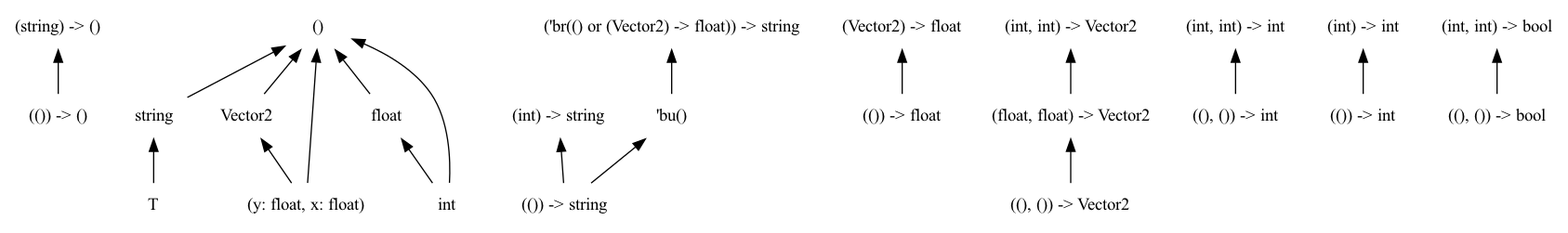
Before: dots/png/12.dot.png, a diagram exported from Graphviz (chocobo333/regino). Its source is kept beside it as dots/12.dot.
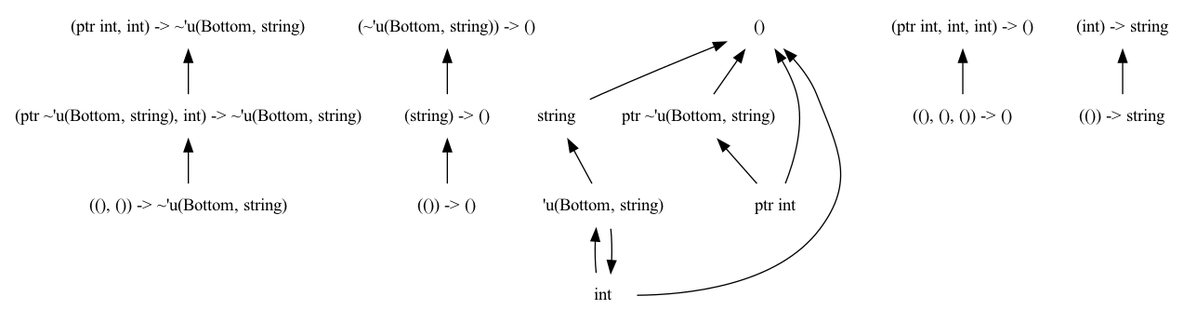
The same file after the commit.

Diff of the diagram source:
```diff
@@ -9,50 +9,40 @@
     dir = back
     ];
   "(string) -> ()"
-  "('br(float or (Vector2) -> float)) -> 'bq(Bottom, string)"
   "(()) -> ()"
   "string"
-  "Vector2"
-  "(()) -> 'bq(Bottom, string)"
-  "'bu()"
-  "(()) -> float"
-  "T"
-  "'bq(Bottom, string)"
-  "((), ()) -> Vector2"
-  "(int, int) -> Vector2"
-  "((), ()) -> int"
-  "(int) -> int"
-  "(int, int) -> int"
+  "('o(ptr int, ptr 'q(int, ())^ptr ~'u(Bottom, string)), int) -> ~'u(Bottom, string)"
+  "((), ()) -> ~'u(Bottom, string)"
+  "(ptr ~'u(Bottom, string), int) -> ~'u(Bottom, string)"
+  "'u(Bottom, string)"
+  "ptr ~'u(Bottom, string)"
+  "(ptr 'q(int, ()), int, 'q(int, ())) -> ()"
+  "'q(int, ())"
   "()"
-  "(int, int) -> bool"
-  "(float, float) -> Vector2"
+  "ptr 'q(int, ())"
+  "'o(ptr int, ptr 'q(int, ())^ptr ~'u(Bottom, string))"
+  "ptr int"
+  "((), (), ()) -> ()"
   "(()) -> string"
-  "(Vector2) -> float"
-  "(y: float, x: float)"
+  "(~'u(Bottom, string)) -> ()"
   "(int) -> string"
-  "float"
-  "('bq(Bottom, string)) -> ()"
-  "(()) -> int"
+  "('o(ptr int, ptr 'q(int, ())^ptr ~'u(Bottom, string)), int, int) -> ()"
   "int"
-  "((), ()) -> bool"
   "(string) -> ()" -> "(()) -> ()"
-  "('br(float or (Vector2) -> float)) -> 'bq(Bottom, string)" -> "'bu()"
-  "string" -> "T"
-  "string" -> "'bq(Bottom, string)"
-  "Vector2" -> "(y: float, x: float)"
-  "'bu()" -> "(()) -> 'bq(Bottom, string)"
-  "(int, int) -> Vector2" -> "(float, float) -> Vector2"
-  "(int) -> int" -> "(()) -> int"
-  "(int, int) -> int" -> "((), ()) -> int"
+  "string" -> "'u(Bottom, string)"
+  "('o(ptr int, ptr 'q(int, ())^ptr ~'u(Bottom, string)), int) -> ~'u(Bottom, string)" -> "(ptr ~'u(Bottom, string), int) -> ~'u(Bottom, string)"
+  "(~'u(Bottom, string)) -> ()" -> "(string) -> ()"
+  "(ptr ~'u(Bottom, string), int) -> ~'u(Bottom, string)" -> "((), ()) -> ~'u(Bottom, string)"
+  "(int) -> string" -> "(()) -> string"
+  "('o(ptr int, ptr 'q(int, ())^ptr ~'u(Bottom, string)), int, int) -> ()" -> "(ptr 'q(int, ()), int, 'q(int, ())) -> ()"
+  "ptr ~'u(Bottom, string)" -> "'o(ptr int, ptr 'q(int, ())^ptr ~'u(Bottom, string))"
+  "(ptr 'q(int, ()), int, 'q(int, ())) -> ()" -> "((), (), ()) -> ()"
+  "'q(int, ())" -> "int"
+  "()" -> "'q(int, ())"
+  "()" -> "ptr 'q(int, ())"
+  "()" -> "ptr ~'u(Bottom, string)"
+  "()" -> "int"
   "()" -> "string"
-  "()" -> "Vector2"
-  "()" -> "(y: float, x: float)"
-  "()" -> "float"
-  "()" -> "int"
-  "(int, int) -> bool" -> "((), ()) -> bool"
-  "(float, float) -> Vector2" -> "((), ()) -> Vector2"
-  "(Vector2) -> float" -> "(()) -> float"
-  "(int) -> string" -> "(()) -> string"
-  "float" -> "int"
-  "('bq(Bottom, string)) -> ()" -> "(string) -> ()"
+  "ptr 'q(int, ())" -> "'o(ptr int, ptr 'q(int, ())^ptr ~'u(Bottom, string))"
+  "'o(ptr int, ptr 'q(int, ())^ptr ~'u(Bottom, string))" -> "ptr int"
 }
```
